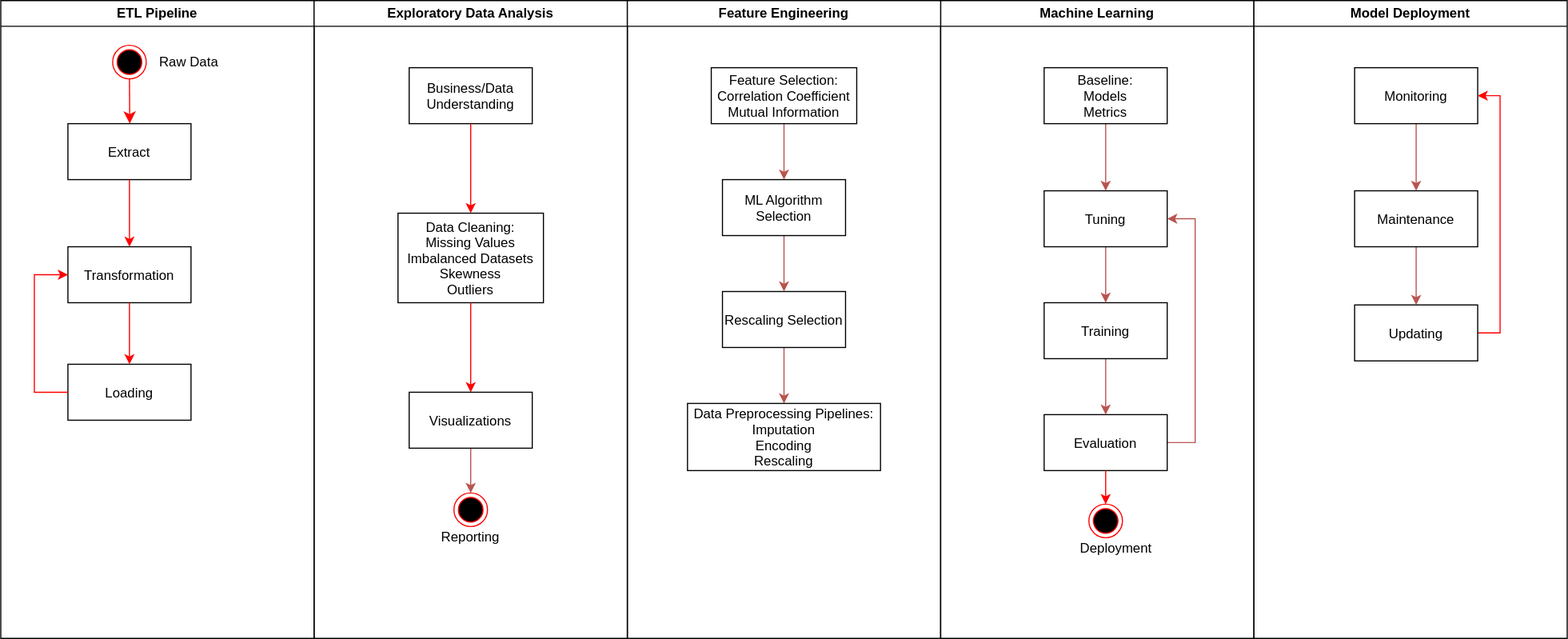
ZacksAmber/Flowcharts keeps this draw.io diagram as general_machine_learning.svg. Above is the earlier version. Source tidied: cells renumbered, new cells last; positions are measured from the earlier drawing's top-left corner, leaving out a move shared by most shapes.
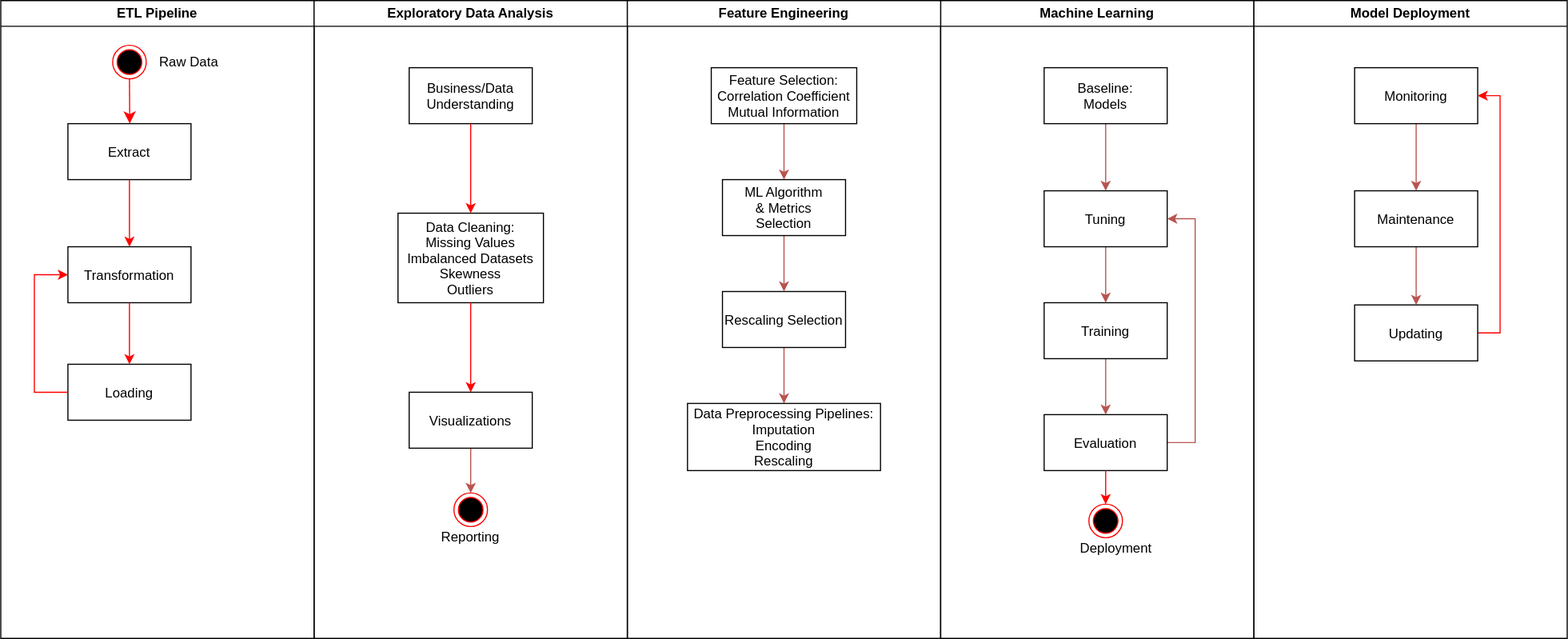
Later version of the same file.

Diff of the diagram source:
```diff
@@ -93,7 +93,7 @@
     <mxCell id="27" style="edgeStyle=orthogonalEdgeStyle;rounded=0;jettySize=auto;html=1;fillColor=#f8cecc;strokeColor=#b85450;" parent="22" edge="1" source="28" target="32">
       <mxGeometry relative="1" as="geometry" />
     </mxCell>
-    <mxCell id="28" value="Baseline:&#10;Models&#10;Metrics" parent="22" vertex="1">
+    <mxCell id="28" value="Baseline:&#10;Models" parent="22" vertex="1">
       <mxGeometry x="92.5" y="60" width="110" height="50" as="geometry" />
     </mxCell>
     <mxCell id="29" style="edgeStyle=orthogonalEdgeStyle;rounded=0;jettySize=auto;html=1;fillColor=#f8cecc;strokeColor=#b85450;" parent="22" edge="1" source="30" target="24">
@@ -132,7 +132,7 @@
     <mxCell id="40" style="edgeStyle=orthogonalEdgeStyle;rounded=0;jettySize=auto;html=1;strokeColor=#B85450;" parent="34" edge="1" source="41" target="36">
       <mxGeometry relative="1" as="geometry" />
     </mxCell>
-    <mxCell id="41" value="ML Algorithm&#10;Selection" parent="34" vertex="1">
+    <mxCell id="41" value="ML Algorithm&#10;&amp; Metrics&#10;Selection" parent="34" vertex="1">
       <mxGeometry x="85" y="160" width="110" height="50" as="geometry" />
     </mxCell>
     <mxCell id="42" value="Model Deployment" style="swimlane;whiteSpace=wrap;" parent="1" vertex="1">
```
